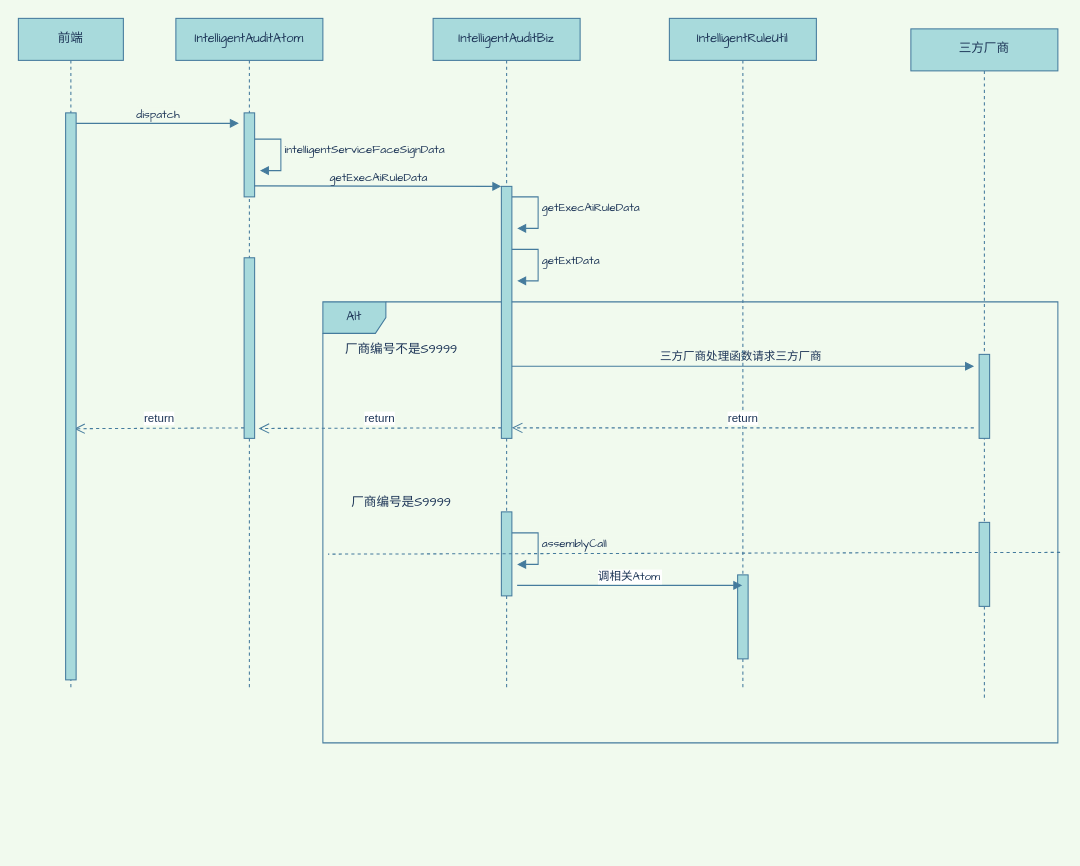
This is 时序图/Untitled Diagram.drawio from ZouShuYou/diagrams, a draw.io file, before an edit. Source tidied: cells renumbered, new cells numbered last; positions are measured from the earlier drawing's top-left corner, leaving out a move shared by most shapes. Both pictures are drawn from the tidied source at 105%, with x=0, y=0 at pixel (18, 18).
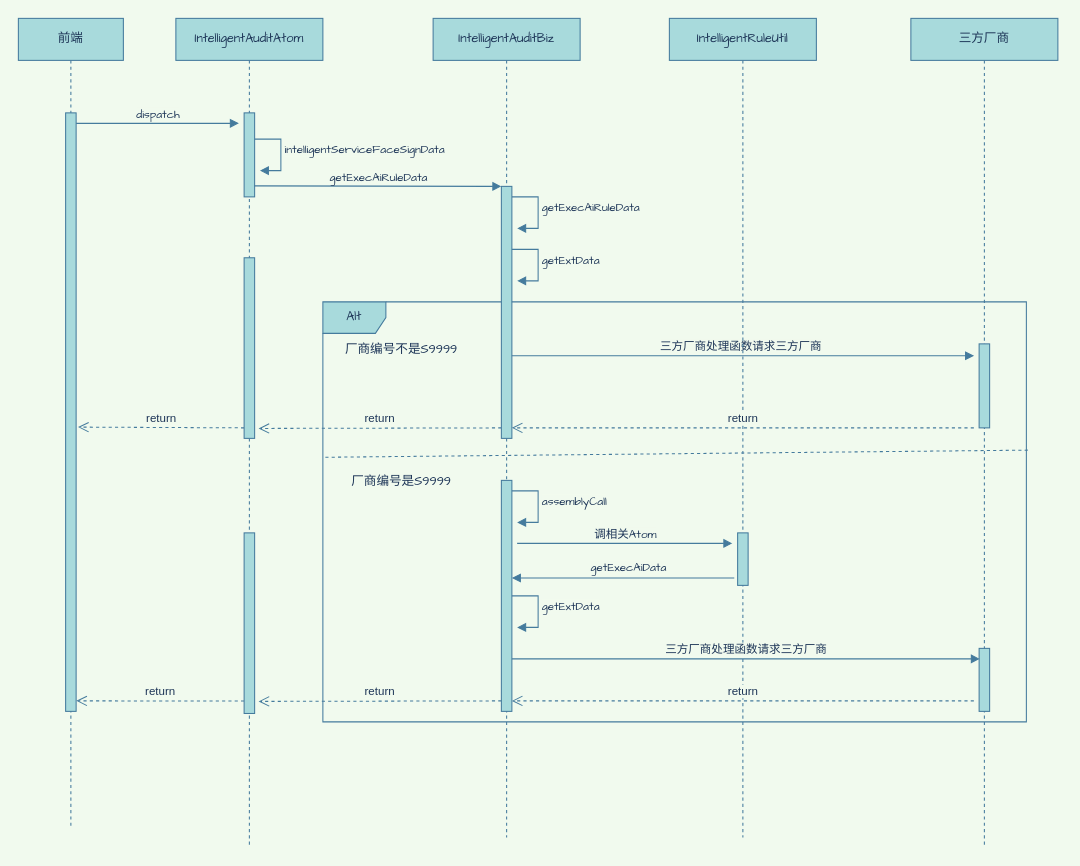
Above is the later version.

Unchanged cells that the change refers to:
```xml
<mxCell id="12" style="html=1;points=[];perimeter=orthogonalPerimeter;strokeColor=#457B9D;fillColor=#A8DADC;fontFamily=Comic Sans MS;fontColor=#1D3557;" parent="1" vertex="1">
  <mxGeometry x="215" y="228" width="10" height="172" as="geometry" />
</mxCell>
<mxCell id="24" style="html=1;points=[];perimeter=orthogonalPerimeter;rounded=0;sketch=0;strokeColor=#457B9D;fillColor=#A8DADC;fontColor=#1D3557;" parent="23" vertex="1">
  <mxGeometry x="65" y="310" width="10" height="80" as="geometry" />
</mxCell>
```

What changed in the source:
```diff
@@
     <mxCell id="2" value="Alt" style="shape=umlFrame;whiteSpace=wrap;rounded=0;sketch=0;strokeColor=#457B9D;fillColor=#A8DADC;fontFamily=Comic Sans MS;fontColor=#1D3557;fontStyle=0;html=1;" parent="1" vertex="1">
-      <mxGeometry x="290" y="270" width="700" height="420" as="geometry" />
+      <mxGeometry x="290" y="270" width="670" height="400" as="geometry" />
     </mxCell>
-    <mxCell id="3" value="三方厂商处理函数请求三方厂商" style="html=1;verticalAlign=bottom;endArrow=block;strokeColor=#457B9D;fillColor=#A8DADC;fontColor=#1D3557;fontFamily=Comic Sans MS;labelBackgroundColor=#F1FAEE;entryX=-0.48;entryY=0.141;entryDx=0;entryDy=0;entryPerimeter=0;" parent="1" edge="1" source="13" target="24">
+    <mxCell id="3" value="三方厂商处理函数请求三方厂商" style="html=1;verticalAlign=bottom;endArrow=block;strokeColor=#457B9D;fillColor=#A8DADC;fontColor=#1D3557;fontFamily=Comic Sans MS;entryX=-0.48;entryY=0.141;entryDx=0;entryDy=0;entryPerimeter=0;labelBackgroundColor=#F1FAEE;" parent="1" edge="1" source="13" target="24">
       <mxGeometry relative="1" as="geometry" />
     </mxCell>
     <mxCell id="4" value="前端" style="shape=umlLifeline;perimeter=lifelinePerimeter;whiteSpace=wrap;html=1;strokeColor=#457B9D;glass=0;shadow=0;fontFamily=Comic Sans MS;fillColor=#A8DADC;fontColor=#1D3557;" parent="1" vertex="1">
-      <mxGeometry width="100" height="640" as="geometry" />
+      <mxGeometry width="100" height="770" as="geometry" />
     </mxCell>
-    <mxCell id="5" value="return" style="html=1;verticalAlign=bottom;endArrow=open;dashed=1;endSize=8;strokeColor=#457B9D;fillColor=#A8DADC;fontColor=#1D3557;entryX=1.376;entryY=0.945;entryDx=0;entryDy=0;entryPerimeter=0;" parent="4" edge="1" target="12">
+    <mxCell id="5" value="return" style="html=1;verticalAlign=bottom;endArrow=open;dashed=1;endSize=8;strokeColor=#457B9D;fillColor=#A8DADC;fontColor=#1D3557;entryX=1.376;entryY=0.945;entryDx=0;entryDy=0;entryPerimeter=0;labelBackgroundColor=#F1FAEE;" parent="4" edge="1" target="12">
       <mxGeometry relative="1" as="geometry">
         <mxPoint x="460" y="390" as="sourcePoint" />
       </mxGeometry>
     </mxCell>
-    <mxCell id="6" value="return" style="html=1;verticalAlign=bottom;endArrow=open;dashed=1;endSize=8;strokeColor=#457B9D;fillColor=#A8DADC;fontColor=#1D3557;entryX=0.818;entryY=0.557;entryDx=0;entryDy=0;entryPerimeter=0;" parent="4" edge="1" target="7">
+    <mxCell id="6" value="return" style="html=1;verticalAlign=bottom;endArrow=open;dashed=1;endSize=8;strokeColor=#457B9D;fillColor=#A8DADC;fontColor=#1D3557;labelBackgroundColor=#F1FAEE;entryX=1.183;entryY=0.525;entryDx=0;entryDy=0;entryPerimeter=0;" parent="4" edge="1" target="7">
       <mxGeometry relative="1" as="geometry">
         <mxPoint x="215" y="390" as="sourcePoint" />
       </mxGeometry>
     </mxCell>
     <mxCell id="7" style="html=1;points=[];perimeter=orthogonalPerimeter;strokeColor=#457B9D;fillColor=#A8DADC;fontColor=#1D3557;fontFamily=Comic Sans MS;" parent="1" vertex="1">
-      <mxGeometry x="45" y="90" width="10" height="540" as="geometry" />
+      <mxGeometry x="45" y="90" width="10" height="570" as="geometry" />
     </mxCell>
     <mxCell id="8" value="IntelligentAuditAtom" style="shape=umlLifeline;perimeter=lifelinePerimeter;whiteSpace=wrap;html=1;outlineConnect=0;strokeColor=#457B9D;fillColor=#A8DADC;fontFamily=Comic Sans MS;fontColor=#1D3557;" parent="1" vertex="1">
-      <mxGeometry x="150" width="140" height="640" as="geometry" />
+      <mxGeometry x="150" width="140" height="790" as="geometry" />
     </mxCell>
+    <mxCell id="31" style="html=1;perimeter=orthogonalPerimeter;strokeColor=#457B9D;fillColor=#A8DADC;fontFamily=Comic Sans MS;fontColor=#1D3557;" parent="8" vertex="1">
+      <mxGeometry x="65" y="490" width="10" height="172" as="geometry" />
+    </mxCell>
@@
     <mxCell id="13" value="IntelligentAuditBiz" style="shape=umlLifeline;perimeter=lifelinePerimeter;whiteSpace=wrap;html=1;outlineConnect=0;strokeColor=#457B9D;fillColor=#A8DADC;fontFamily=Comic Sans MS;fontColor=#1D3557;" parent="1" vertex="1">
-      <mxGeometry x="395" width="140" height="640" as="geometry" />
+      <mxGeometry x="395" width="140" height="780" as="geometry" />
     </mxCell>
     <mxCell id="14" style="html=1;perimeter=orthogonalPerimeter;rounded=0;sketch=0;strokeColor=#457B9D;fillColor=#A8DADC;fontColor=#1D3557;" parent="13" vertex="1">
-      <mxGeometry x="65" y="470" width="10" height="80" as="geometry" />
+      <mxGeometry x="65" y="440" width="10" height="220" as="geometry" />
     </mxCell>
@@
-    <mxCell id="20" style="endArrow=none;html=1;strokeColor=#457B9D;fillColor=#A8DADC;fontFamily=Comic Sans MS;fontColor=#1D3557;entryX=0.007;entryY=0.572;entryDx=0;entryDy=0;entryPerimeter=0;exitX=1.003;exitY=0.568;exitDx=0;exitDy=0;exitPerimeter=0;dashed=1;labelBackgroundColor=#F1FAEE;" parent="1" edge="1" source="2" target="2">
-      <mxGeometry relative="1" as="geometry" />
+    <mxCell id="20" style="endArrow=none;html=1;strokeColor=#457B9D;fillColor=#A8DADC;fontFamily=Comic Sans MS;fontColor=#1D3557;exitX=1.002;exitY=0.353;exitDx=0;exitDy=0;exitPerimeter=0;dashed=1;labelBackgroundColor=#F1FAEE;" parent="1" edge="1" source="2">
+      <mxGeometry relative="1" as="geometry">
+        <mxPoint x="292" y="418" as="targetPoint" />
+      </mxGeometry>
     </mxCell>
     <mxCell id="21" value="厂商编号是S9999" style="text;align=center;verticalAlign=middle;fillColor=none;strokeColor=none;rounded=0;sketch=0;fontFamily=Comic Sans MS;fontColor=#1D3557;" parent="1" vertex="1">
-      <mxGeometry x="310" y="450" width="110" height="20" as="geometry" />
+      <mxGeometry x="310" y="430" width="110" height="20" as="geometry" />
     </mxCell>
@@
     <mxCell id="23" value="三方厂商" style="shape=umlLifeline;perimeter=lifelinePerimeter;whiteSpace=wrap;html=1;strokeColor=#457B9D;fillColor=#A8DADC;fontFamily=Comic Sans MS;fontColor=#1D3557;" parent="1" vertex="1">
-      <mxGeometry x="850" y="10" width="140" height="640" as="geometry" />
+      <mxGeometry x="850" width="140" height="790" as="geometry" />
     </mxCell>
@@
-    <mxCell id="25" style="html=1;perimeter=orthogonalPerimeter;rounded=0;sketch=0;strokeColor=#457B9D;fillColor=#A8DADC;fontColor=#1D3557;" parent="23" vertex="1">
-      <mxGeometry x="65" y="470" width="10" height="80" as="geometry" />
-    </mxCell>
+    <mxCell id="32" style="html=1;perimeter=orthogonalPerimeter;rounded=0;sketch=0;strokeColor=#457B9D;fillColor=#A8DADC;fontColor=#1D3557;" parent="23" vertex="1">
+      <mxGeometry x="65" y="600" width="10" height="60" as="geometry" />
+    </mxCell>
     <mxCell id="26" value="IntelligentRuleUtil" style="shape=umlLifeline;perimeter=lifelinePerimeter;whiteSpace=wrap;html=1;outlineConnect=0;strokeColor=#457B9D;fillColor=#A8DADC;fontFamily=Comic Sans MS;fontColor=#1D3557;" parent="1" vertex="1">
-      <mxGeometry x="620" width="140" height="640" as="geometry" />
+      <mxGeometry x="620" width="140" height="780" as="geometry" />
     </mxCell>
     <mxCell id="27" style="html=1;points=[];perimeter=orthogonalPerimeter;rounded=0;sketch=0;strokeColor=#457B9D;fillColor=#A8DADC;fontColor=#1D3557;" parent="26" vertex="1">
-      <mxGeometry x="65" y="530" width="10" height="80" as="geometry" />
+      <mxGeometry x="65" y="490" width="10" height="50" as="geometry" />
     </mxCell>
-    <mxCell id="28" value="return" style="html=1;verticalAlign=bottom;endArrow=open;dashed=1;endSize=8;strokeColor=#457B9D;fillColor=#A8DADC;fontColor=#1D3557;" parent="1" edge="1">
+    <mxCell id="28" value="return" style="html=1;verticalAlign=bottom;endArrow=open;dashed=1;endSize=8;strokeColor=#457B9D;fillColor=#A8DADC;fontColor=#1D3557;labelBackgroundColor=#F1FAEE;" parent="1" edge="1">
       <mxGeometry relative="1" as="geometry">
         <mxPoint x="910" y="390" as="sourcePoint" />
         <mxPoint x="470" y="390" as="targetPoint" />
       </mxGeometry>
     </mxCell>
     <mxCell id="29" value="&lt;span style=&quot;text-align: center&quot;&gt;assemblyCall&lt;/span&gt;" style="edgeStyle=orthogonalEdgeStyle;html=1;align=left;spacingLeft=2;endArrow=block;rounded=0;strokeColor=#457B9D;fillColor=#A8DADC;fontFamily=Comic Sans MS;fontColor=#1D3557;labelBackgroundColor=#F1FAEE;" parent="1" edge="1">
       <mxGeometry relative="1" as="geometry">
-        <mxPoint x="475" y="490" as="sourcePoint" />
-        <mxPoint x="475" y="520" as="targetPoint" />
+        <mxPoint x="475" y="450" as="sourcePoint" />
+        <mxPoint x="475" y="480" as="targetPoint" />
         <Array as="points">
-          <mxPoint x="470" y="490" />
-          <mxPoint x="495" y="490" />
-          <mxPoint x="495" y="520" />
+          <mxPoint x="470" y="450" />
+          <mxPoint x="495" y="450" />
+          <mxPoint x="495" y="480" />
         </Array>
       </mxGeometry>
     </mxCell>
-    <mxCell id="30" value="调相关Atom" style="verticalAlign=bottom;endArrow=block;strokeColor=#457B9D;fillColor=#A8DADC;fontColor=#1D3557;fontFamily=Comic Sans MS;" parent="1" edge="1" target="26">
+    <mxCell id="30" value="调相关Atom" style="verticalAlign=bottom;endArrow=block;strokeColor=#457B9D;fillColor=#A8DADC;fontColor=#1D3557;fontFamily=Comic Sans MS;html=1;labelBackgroundColor=#F1FAEE;" parent="1" edge="1">
       <mxGeometry relative="1" as="geometry">
-        <mxPoint x="475" y="540" as="sourcePoint" />
+        <mxPoint x="475" y="500" as="sourcePoint" />
+        <mxPoint x="680" y="500" as="targetPoint" />
       </mxGeometry>
     </mxCell>
+    <mxCell id="33" style="endArrow=none;startArrow=block;endFill=0;startFill=1;html=1;strokeColor=#457B9D;fillColor=#A8DADC;fontFamily=Comic Sans MS;fontColor=#1D3557;entryX=-0.319;entryY=0.86;entryDx=0;entryDy=0;entryPerimeter=0;labelBackgroundColor=#F1FAEE;" parent="1" edge="1" target="27">
+      <mxGeometry relative="1" as="geometry">
+        <mxPoint x="470" y="533" as="sourcePoint" />
+      </mxGeometry>
+    </mxCell>
+    <mxCell id="34" value="getExecAiData" style="edgeLabel;html=1;align=center;verticalAlign=middle;fontFamily=Comic Sans MS;fontColor=#1D3557;labelBackgroundColor=#F1FAEE;" parent="33" vertex="1">
+      <mxGeometry x="-0.19" y="-2" relative="1" as="geometry">
+        <mxPoint x="24.3" y="-12.1" as="offset" />
+      </mxGeometry>
+    </mxCell>
+    <mxCell id="35" value="&lt;span style=&quot;text-align: center&quot;&gt;getExtData&lt;/span&gt;" style="edgeStyle=orthogonalEdgeStyle;html=1;align=left;spacingLeft=2;endArrow=block;rounded=0;strokeColor=#457B9D;fillColor=#A8DADC;fontFamily=Comic Sans MS;fontColor=#1D3557;labelBackgroundColor=#F1FAEE;" parent="1" edge="1">
+      <mxGeometry relative="1" as="geometry">
+        <mxPoint x="475" y="550" as="sourcePoint" />
+        <mxPoint x="475" y="580" as="targetPoint" />
+        <Array as="points">
+          <mxPoint x="470" y="550" />
+          <mxPoint x="495" y="550" />
+          <mxPoint x="495" y="580" />
+        </Array>
+      </mxGeometry>
+    </mxCell>
+    <mxCell id="36" value="三方厂商处理函数请求三方厂商" style="html=1;verticalAlign=bottom;endArrow=block;strokeColor=#457B9D;fillColor=#A8DADC;fontColor=#1D3557;fontFamily=Comic Sans MS;entryX=-0.48;entryY=0.141;entryDx=0;entryDy=0;entryPerimeter=0;labelBackgroundColor=#F1FAEE;" parent="1" edge="1">
+      <mxGeometry relative="1" as="geometry">
+        <mxPoint x="470" y="610" as="sourcePoint" />
+        <mxPoint x="915.7" y="610" as="targetPoint" />
+      </mxGeometry>
+    </mxCell>
+    <mxCell id="37" value="return" style="html=1;verticalAlign=bottom;endArrow=open;dashed=1;endSize=8;strokeColor=#457B9D;fillColor=#A8DADC;fontColor=#1D3557;labelBackgroundColor=#F1FAEE;" parent="1" edge="1">
+      <mxGeometry relative="1" as="geometry">
+        <mxPoint x="910" y="650" as="sourcePoint" />
+        <mxPoint x="470" y="650" as="targetPoint" />
+      </mxGeometry>
+    </mxCell>
+    <mxCell id="38" value="return" style="html=1;verticalAlign=bottom;endArrow=open;dashed=1;endSize=8;strokeColor=#457B9D;fillColor=#A8DADC;fontColor=#1D3557;entryX=1.376;entryY=0.945;entryDx=0;entryDy=0;entryPerimeter=0;labelBackgroundColor=#F1FAEE;" parent="1" edge="1">
+      <mxGeometry relative="1" as="geometry">
+        <mxPoint x="460" y="650" as="sourcePoint" />
+        <mxPoint x="228.8" y="650.5" as="targetPoint" />
+      </mxGeometry>
+    </mxCell>
+    <mxCell id="39" value="return" style="html=1;verticalAlign=bottom;endArrow=open;dashed=1;endSize=8;strokeColor=#457B9D;fillColor=#A8DADC;fontColor=#1D3557;labelBackgroundColor=#F1FAEE;entryX=1.022;entryY=0.588;entryDx=0;entryDy=0;entryPerimeter=0;" parent="1" edge="1">
+      <mxGeometry relative="1" as="geometry">
+        <mxPoint x="215" y="650.1" as="sourcePoint" />
+        <mxPoint x="55.2" y="650" as="targetPoint" />
+      </mxGeometry>
+    </mxCell>
```
